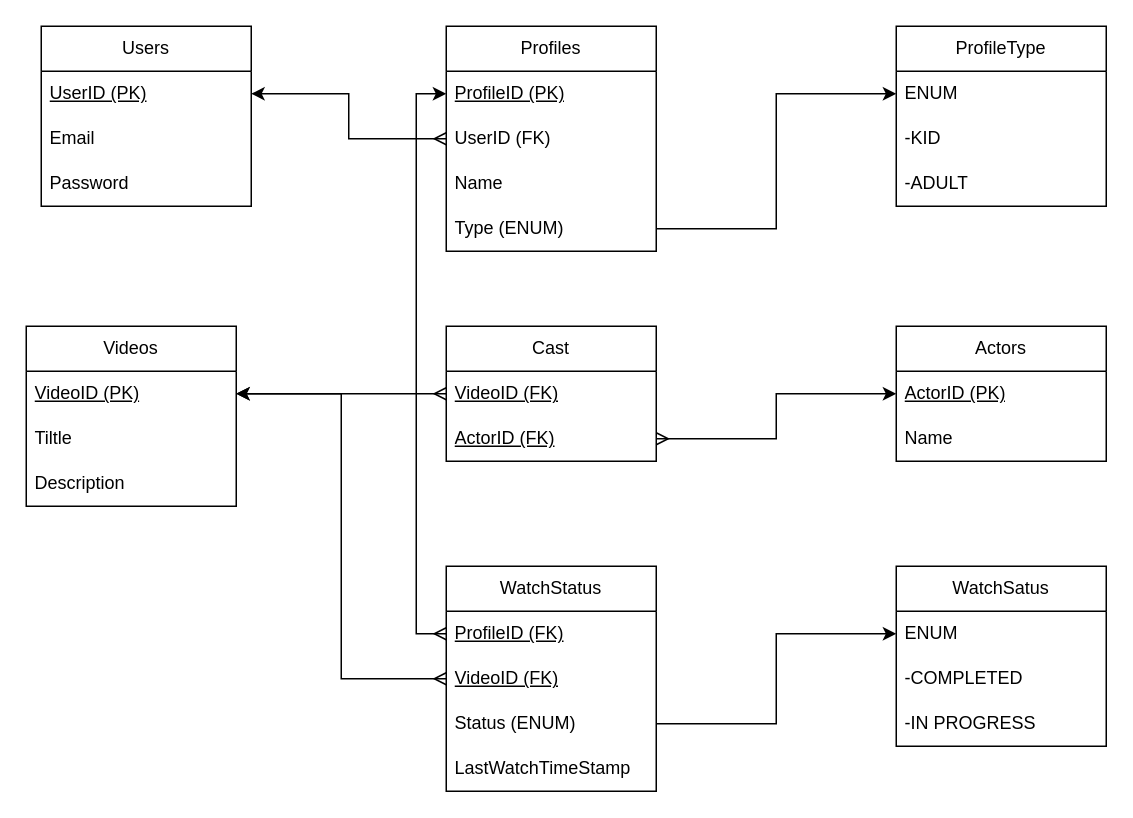
Above: Netflix_DB_Schema.drawio in sajinct/SQL (draw.io), before the change. Source tidied: cells renumbered, new cells numbered last; positions are measured from the earlier drawing's top-left corner, leaving out a move shared by most shapes. Both pictures are drawn from the tidied source at 150%, with x=0, y=0 at pixel (26, 26).
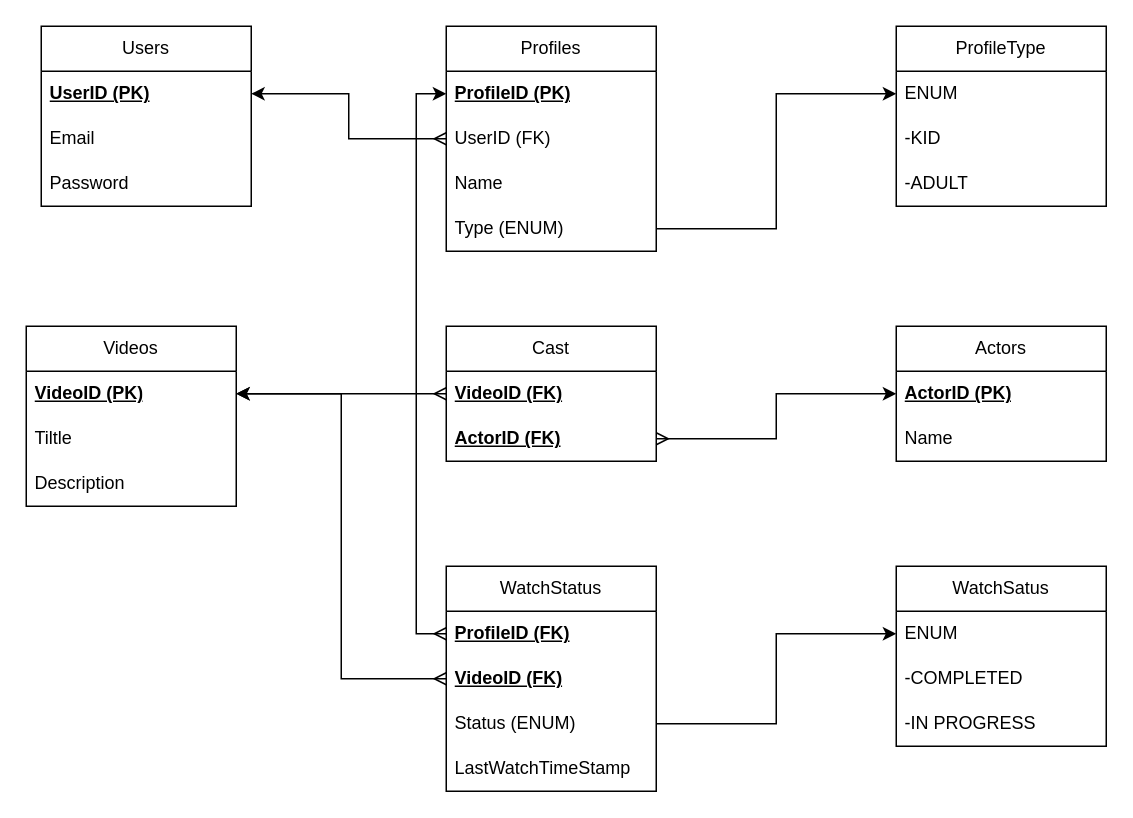
The same diagram, later.

Unchanged cells that the change refers to:
```xml
<mxCell id="2" value="Users" style="swimlane;fontStyle=0;horizontal=1;startSize=30;whiteSpace=wrap;html=1;" parent="1" vertex="1">
  <mxGeometry x="10" width="140" height="120" as="geometry" />
</mxCell>
<mxCell id="7" value="Profiles" style="swimlane;fontStyle=0;horizontal=1;startSize=30;whiteSpace=wrap;html=1;" parent="1" vertex="1">
  <mxGeometry x="280" width="140" height="150" as="geometry" />
</mxCell>
<mxCell id="17" value="Videos" style="swimlane;fontStyle=0;horizontal=1;startSize=30;whiteSpace=wrap;html=1;" parent="1" vertex="1">
  <mxGeometry y="200" width="140" height="120" as="geometry" />
</mxCell>
<mxCell id="21" value="Actors" style="swimlane;fontStyle=0;horizontal=1;startSize=30;whiteSpace=wrap;html=1;" parent="1" vertex="1">
  <mxGeometry x="580" y="200" width="140" height="90" as="geometry" />
</mxCell>
<mxCell id="24" value="Cast" style="swimlane;fontStyle=0;horizontal=1;startSize=30;whiteSpace=wrap;html=1;" parent="1" vertex="1">
  <mxGeometry x="280" y="200" width="140" height="90" as="geometry" />
</mxCell>
<mxCell id="27" value="WatchStatus" style="swimlane;fontStyle=0;horizontal=1;startSize=30;whiteSpace=wrap;html=1;" parent="1" vertex="1">
  <mxGeometry x="280" y="360" width="140" height="150" as="geometry" />
</mxCell>
```

What changed in the source:
```diff
@@
-    <mxCell id="3" value="&lt;u&gt;UserID (PK)&lt;/u&gt;" style="text;strokeColor=none;fillColor=none;align=left;verticalAlign=middle;spacingLeft=4;spacingRight=4;overflow=hidden;points=[[0,0.5],[1,0.5]];portConstraint=eastwest;whiteSpace=wrap;html=1;" parent="2" vertex="1">
+    <mxCell id="3" value="&lt;u&gt;UserID (PK)&lt;/u&gt;" style="text;strokeColor=none;fillColor=none;align=left;verticalAlign=middle;spacingLeft=4;spacingRight=4;overflow=hidden;points=[[0,0.5],[1,0.5]];portConstraint=eastwest;whiteSpace=wrap;html=1;fontStyle=1;" parent="2" vertex="1">
       <mxGeometry y="30" width="140" height="30" as="geometry" />
     </mxCell>
@@
-    <mxCell id="8" value="&lt;u&gt;ProfileID (PK)&lt;/u&gt;" style="text;strokeColor=none;fillColor=none;align=left;verticalAlign=middle;spacingLeft=4;spacingRight=4;overflow=hidden;points=[[0,0.5],[1,0.5]];portConstraint=eastwest;whiteSpace=wrap;html=1;" parent="7" vertex="1">
+    <mxCell id="8" value="&lt;u&gt;ProfileID (PK)&lt;/u&gt;" style="text;strokeColor=none;fillColor=none;align=left;verticalAlign=middle;spacingLeft=4;spacingRight=4;overflow=hidden;points=[[0,0.5],[1,0.5]];portConstraint=eastwest;whiteSpace=wrap;html=1;fontStyle=1;" parent="7" vertex="1">
       <mxGeometry y="30" width="140" height="30" as="geometry" />
     </mxCell>
@@
-    <mxCell id="18" value="VideoID (PK)" style="text;strokeColor=none;fillColor=none;align=left;verticalAlign=middle;spacingLeft=4;spacingRight=4;overflow=hidden;points=[[0,0.5],[1,0.5]];portConstraint=eastwest;whiteSpace=wrap;html=1;fontStyle=4;" parent="17" vertex="1">
+    <mxCell id="18" value="VideoID (PK)" style="text;strokeColor=none;fillColor=none;align=left;verticalAlign=middle;spacingLeft=4;spacingRight=4;overflow=hidden;points=[[0,0.5],[1,0.5]];portConstraint=eastwest;whiteSpace=wrap;html=1;fontStyle=5;" parent="17" vertex="1">
       <mxGeometry y="30" width="140" height="30" as="geometry" />
     </mxCell>
@@
-    <mxCell id="22" value="ActorID (PK)" style="text;strokeColor=none;fillColor=none;align=left;verticalAlign=middle;spacingLeft=4;spacingRight=4;overflow=hidden;points=[[0,0.5],[1,0.5]];portConstraint=eastwest;whiteSpace=wrap;html=1;fontStyle=4;" parent="21" vertex="1">
+    <mxCell id="22" value="ActorID (PK)" style="text;strokeColor=none;fillColor=none;align=left;verticalAlign=middle;spacingLeft=4;spacingRight=4;overflow=hidden;points=[[0,0.5],[1,0.5]];portConstraint=eastwest;whiteSpace=wrap;html=1;fontStyle=5;" parent="21" vertex="1">
       <mxGeometry y="30" width="140" height="30" as="geometry" />
     </mxCell>
@@
-    <mxCell id="25" value="VideoID (FK)" style="text;strokeColor=none;fillColor=none;align=left;verticalAlign=middle;spacingLeft=4;spacingRight=4;overflow=hidden;points=[[0,0.5],[1,0.5]];portConstraint=eastwest;whiteSpace=wrap;html=1;fontStyle=4;" parent="24" vertex="1">
+    <mxCell id="25" value="VideoID (FK)" style="text;strokeColor=none;fillColor=none;align=left;verticalAlign=middle;spacingLeft=4;spacingRight=4;overflow=hidden;points=[[0,0.5],[1,0.5]];portConstraint=eastwest;whiteSpace=wrap;html=1;fontStyle=5;" parent="24" vertex="1">
       <mxGeometry y="30" width="140" height="30" as="geometry" />
     </mxCell>
-    <mxCell id="26" value="ActorID (FK)" style="text;strokeColor=none;fillColor=none;align=left;verticalAlign=middle;spacingLeft=4;spacingRight=4;overflow=hidden;points=[[0,0.5],[1,0.5]];portConstraint=eastwest;whiteSpace=wrap;html=1;fontStyle=4;" parent="24" vertex="1">
+    <mxCell id="26" value="ActorID (FK)" style="text;strokeColor=none;fillColor=none;align=left;verticalAlign=middle;spacingLeft=4;spacingRight=4;overflow=hidden;points=[[0,0.5],[1,0.5]];portConstraint=eastwest;whiteSpace=wrap;html=1;fontStyle=5;" parent="24" vertex="1">
       <mxGeometry y="60" width="140" height="30" as="geometry" />
     </mxCell>
@@
-    <mxCell id="28" value="ProfileID (FK)" style="text;strokeColor=none;fillColor=none;align=left;verticalAlign=middle;spacingLeft=4;spacingRight=4;overflow=hidden;points=[[0,0.5],[1,0.5]];portConstraint=eastwest;whiteSpace=wrap;html=1;fontStyle=4;" parent="27" vertex="1">
+    <mxCell id="28" value="ProfileID (FK)" style="text;strokeColor=none;fillColor=none;align=left;verticalAlign=middle;spacingLeft=4;spacingRight=4;overflow=hidden;points=[[0,0.5],[1,0.5]];portConstraint=eastwest;whiteSpace=wrap;html=1;fontStyle=5;" parent="27" vertex="1">
       <mxGeometry y="30" width="140" height="30" as="geometry" />
     </mxCell>
-    <mxCell id="29" value="VideoID (FK)" style="text;strokeColor=none;fillColor=none;align=left;verticalAlign=middle;spacingLeft=4;spacingRight=4;overflow=hidden;points=[[0,0.5],[1,0.5]];portConstraint=eastwest;whiteSpace=wrap;html=1;fontStyle=4;" parent="27" vertex="1">
+    <mxCell id="29" value="VideoID (FK)" style="text;strokeColor=none;fillColor=none;align=left;verticalAlign=middle;spacingLeft=4;spacingRight=4;overflow=hidden;points=[[0,0.5],[1,0.5]];portConstraint=eastwest;whiteSpace=wrap;html=1;fontStyle=5;" parent="27" vertex="1">
       <mxGeometry y="60" width="140" height="30" as="geometry" />
     </mxCell>
```
